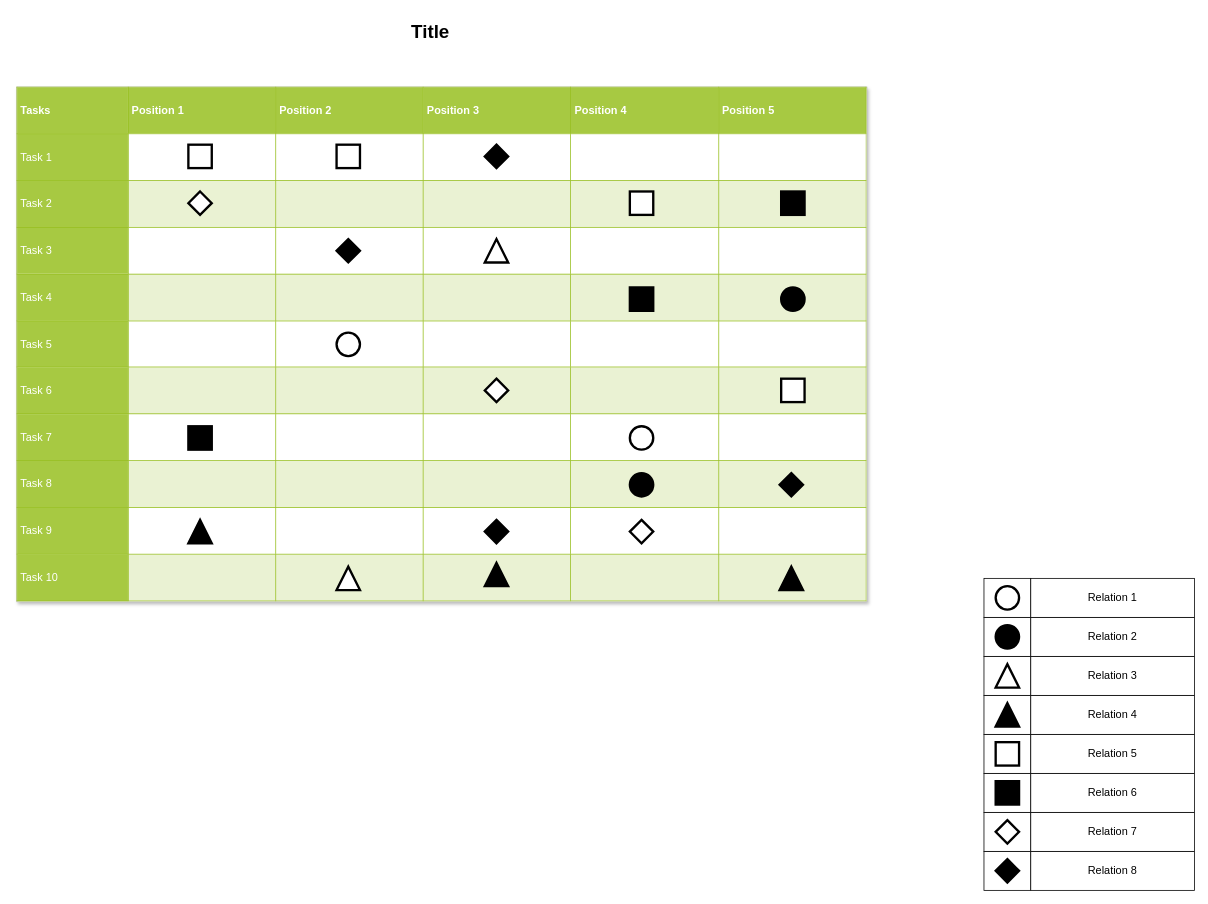
This is page "Page-1" (1 of 2) of Untitled Diagram.drawio from sanjaipk/GreetingCards, a draw.io file, before an edit. Source tidied: cells renumbered, new cells numbered last; positions are measured from the earlier drawing's top-left corner, leaving out a move shared by most shapes. Both pictures are drawn from the tidied source at 78%, with x=0, y=0 at pixel (16, 16).
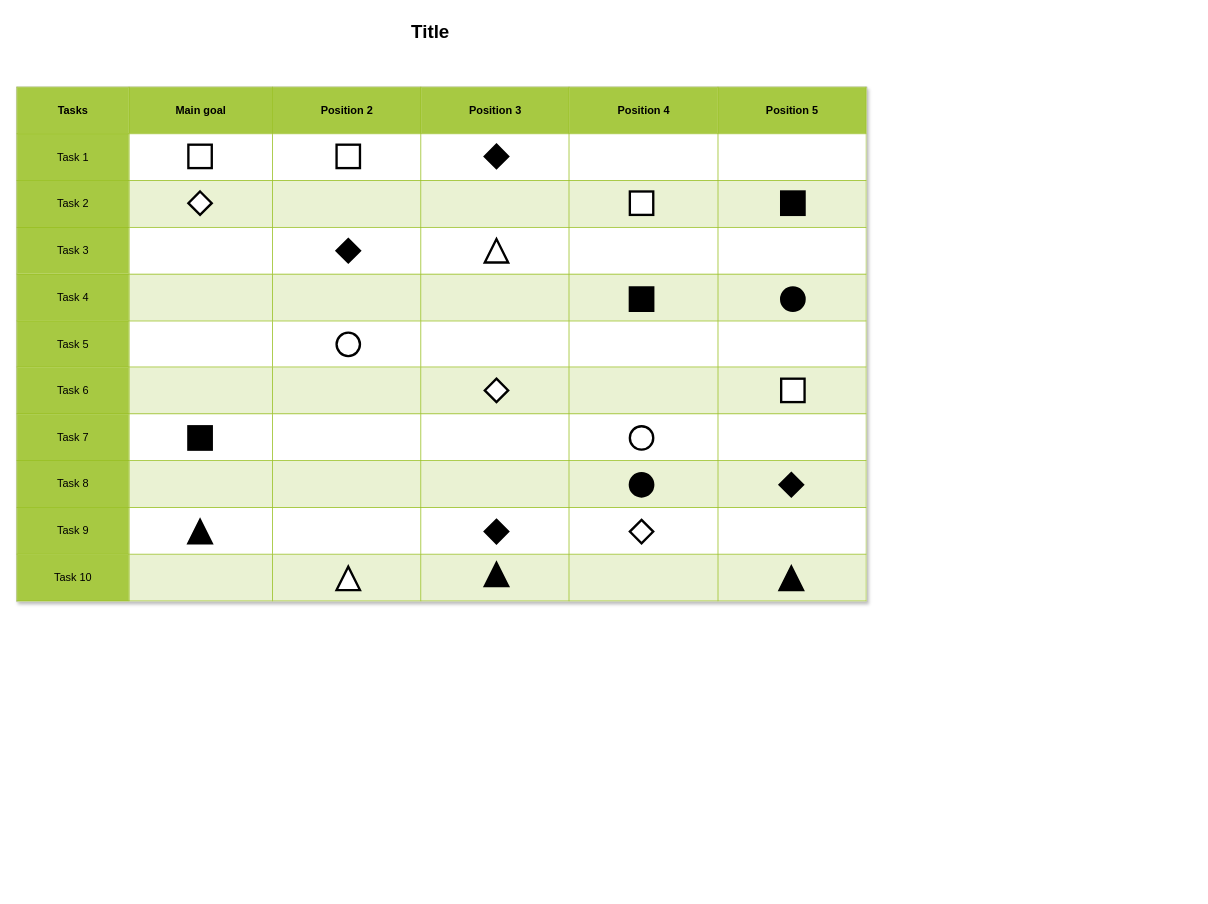
The same page after the edit.

Change to the diagram source:
```diff
@@
-    <mxCell id="2" style="whiteSpace=wrap;html=1;rounded=0;shadow=0;strokeWidth=1;fontSize=14;" parent="1" vertex="1">
-      <mxGeometry x="1240" y="1070" width="60" height="50" as="geometry" />
-    </mxCell>
-    <mxCell id="3" value="Relation 8" style="whiteSpace=wrap;html=1;rounded=0;shadow=0;strokeWidth=1;fontSize=14;" parent="1" vertex="1">
-      <mxGeometry x="1300" y="1070" width="210" height="50" as="geometry" />
-    </mxCell>
-    <mxCell id="4" style="rhombus;whiteSpace=wrap;html=1;rounded=0;shadow=0;strokeWidth=3;fillColor=#000000;fontSize=14;" parent="1" vertex="1">
-      <mxGeometry x="1255" y="1080" width="30" height="30" as="geometry" />
-    </mxCell>
-    <mxCell id="5" style="whiteSpace=wrap;html=1;rounded=0;shadow=0;strokeWidth=1;fontSize=14;" parent="1" vertex="1">
-      <mxGeometry x="1240" y="1020" width="60" height="50" as="geometry" />
-    </mxCell>
-    <mxCell id="6" value="Relation 7" style="whiteSpace=wrap;html=1;rounded=0;shadow=0;strokeWidth=1;fontSize=14;" parent="1" vertex="1">
-      <mxGeometry x="1300" y="1020" width="210" height="50" as="geometry" />
-    </mxCell>
-    <mxCell id="7" style="whiteSpace=wrap;html=1;rounded=0;shadow=0;strokeWidth=1;fontSize=14;" parent="1" vertex="1">
-      <mxGeometry x="1240" y="970" width="60" height="50" as="geometry" />
-    </mxCell>
-    <mxCell id="8" value="Relation 6" style="whiteSpace=wrap;html=1;rounded=0;shadow=0;strokeWidth=1;fontSize=14;" parent="1" vertex="1">
-      <mxGeometry x="1300" y="970" width="210" height="50" as="geometry" />
-    </mxCell>
-    <mxCell id="9" style="whiteSpace=wrap;html=1;rounded=0;shadow=0;strokeWidth=1;fontSize=14;" parent="1" vertex="1">
-      <mxGeometry x="1240" y="920" width="60" height="50" as="geometry" />
-    </mxCell>
-    <mxCell id="10" value="Relation 5" style="whiteSpace=wrap;html=1;rounded=0;shadow=0;strokeWidth=1;fontSize=14;" parent="1" vertex="1">
-      <mxGeometry x="1300" y="920" width="210" height="50" as="geometry" />
-    </mxCell>
-    <mxCell id="11" style="whiteSpace=wrap;html=1;rounded=0;shadow=0;strokeWidth=1;fontSize=14;" parent="1" vertex="1">
-      <mxGeometry x="1240" y="870" width="60" height="50" as="geometry" />
-    </mxCell>
-    <mxCell id="12" value="Relation 4" style="whiteSpace=wrap;html=1;rounded=0;shadow=0;strokeWidth=1;fontSize=14;" parent="1" vertex="1">
-      <mxGeometry x="1300" y="870" width="210" height="50" as="geometry" />
-    </mxCell>
-    <mxCell id="13" style="whiteSpace=wrap;html=1;rounded=0;shadow=0;strokeWidth=1;fontSize=14;" parent="1" vertex="1">
-      <mxGeometry x="1240" y="820" width="60" height="50" as="geometry" />
-    </mxCell>
-    <mxCell id="14" value="Relation 3" style="whiteSpace=wrap;html=1;rounded=0;shadow=0;strokeWidth=1;fontSize=14;" parent="1" vertex="1">
-      <mxGeometry x="1300" y="820" width="210" height="50" as="geometry" />
-    </mxCell>
-    <mxCell id="15" style="whiteSpace=wrap;html=1;rounded=0;shadow=0;strokeWidth=1;fontSize=14;" parent="1" vertex="1">
-      <mxGeometry x="1240" y="770" width="60" height="50" as="geometry" />
-    </mxCell>
-    <mxCell id="16" value="Relation 2" style="whiteSpace=wrap;html=1;rounded=0;shadow=0;strokeWidth=1;fontSize=14;" parent="1" vertex="1">
-      <mxGeometry x="1300" y="770" width="210" height="50" as="geometry" />
-    </mxCell>
-    <mxCell id="17" style="whiteSpace=wrap;html=1;rounded=0;shadow=0;strokeWidth=1;fontSize=14;" parent="1" vertex="1">
-      <mxGeometry x="1240" y="720" width="60" height="50" as="geometry" />
-    </mxCell>
-    <mxCell id="18" value="Relation 1" style="whiteSpace=wrap;html=1;rounded=0;shadow=0;strokeWidth=1;fontSize=14;" parent="1" vertex="1">
-      <mxGeometry x="1300" y="720" width="210" height="50" as="geometry" />
-    </mxCell>
-    <mxCell id="19" value="&lt;table border=&quot;1&quot; width=&quot;100%&quot; cellpadding=&quot;4&quot; style=&quot;width: 100% ; height: 100% ; border-collapse: collapse&quot;&gt;&lt;tbody&gt;&lt;tr style=&quot;background-color: #a7c942 ; color: #ffffff ; border: 1px solid #98bf21&quot;&gt;&lt;th&gt;Tasks&lt;/th&gt;&lt;th&gt;Position 1&lt;/th&gt;&lt;th&gt;Position 2&lt;/th&gt;&lt;th&gt;Position 3&lt;/th&gt;&lt;th&gt;Position 4&lt;/th&gt;&lt;th&gt;Position 5&lt;/th&gt;&lt;/tr&gt;&lt;tr style=&quot;border: 1px solid #98bf21&quot;&gt;&lt;td style=&quot;background-color: #a7c942 ; color: #ffffff ; border: 1px solid #98bf21&quot;&gt;Task 1&lt;/td&gt;&lt;td&gt;&lt;/td&gt;&lt;td&gt;&lt;/td&gt;&lt;td&gt;&lt;br&gt;&lt;/td&gt;&lt;td&gt;&lt;br&gt;&lt;/td&gt;&lt;td&gt;&lt;br&gt;&lt;/td&gt;&lt;/tr&gt;&lt;tr style=&quot;background-color: #eaf2d3 ; border: 1px solid #98bf21&quot;&gt;&lt;td style=&quot;background-color: #a7c942 ; color: #ffffff ; border: 1px solid #98bf21&quot;&gt;Task 2&lt;/td&gt;&lt;td&gt;&lt;/td&gt;&lt;td&gt;&lt;/td&gt;&lt;td&gt;&lt;br&gt;&lt;/td&gt;&lt;td&gt;&lt;br&gt;&lt;/td&gt;&lt;td&gt;&lt;br&gt;&lt;/td&gt;&lt;/tr&gt;&lt;tr style=&quot;border: 1px solid #98bf21&quot;&gt;&lt;td style=&quot;background-color: #a7c942 ; color: #ffffff ; border: 1px solid #98bf21&quot;&gt;Task 3&lt;/td&gt;&lt;td&gt;&lt;/td&gt;&lt;td&gt;&lt;/td&gt;&lt;td&gt;&lt;br&gt;&lt;/td&gt;&lt;td&gt;&lt;br&gt;&lt;/td&gt;&lt;td&gt;&lt;br&gt;&lt;/td&gt;&lt;/tr&gt;&lt;tr style=&quot;background-color: #eaf2d3 ; border: 1px solid #98bf21&quot;&gt;&lt;td style=&quot;background-color: #a7c942 ; color: #ffffff ; border: 1px solid #98bf21&quot;&gt;Task 4&lt;/td&gt;&lt;td&gt;&lt;/td&gt;&lt;td&gt;&lt;/td&gt;&lt;td&gt;&lt;br&gt;&lt;/td&gt;&lt;td&gt;&lt;br&gt;&lt;/td&gt;&lt;td&gt;&lt;br&gt;&lt;/td&gt;&lt;/tr&gt;&lt;tr style=&quot;border: 1px solid #98bf21&quot;&gt;&lt;td style=&quot;background-color: #a7c942 ; color: #ffffff ; border: 1px solid #98bf21&quot;&gt;Task 5&lt;br&gt;&lt;/td&gt;&lt;td&gt;&lt;br&gt;&lt;/td&gt;&lt;td&gt;&lt;br&gt;&lt;/td&gt;&lt;td&gt;&lt;br&gt;&lt;/td&gt;&lt;td&gt;&lt;br&gt;&lt;/td&gt;&lt;td&gt;&lt;br&gt;&lt;/td&gt;&lt;/tr&gt;&lt;tr style=&quot;background-color: #eaf2d3 ; border: 1px solid #98bf21&quot;&gt;&lt;td style=&quot;background-color: #a7c942 ; color: #ffffff ; border: 1px solid #98bf21&quot;&gt;Task 6&lt;br&gt;&lt;/td&gt;&lt;td&gt;&lt;br&gt;&lt;/td&gt;&lt;td&gt;&lt;br&gt;&lt;/td&gt;&lt;td&gt;&lt;br&gt;&lt;/td&gt;&lt;td&gt;&lt;br&gt;&lt;/td&gt;&lt;td&gt;&lt;br&gt;&lt;/td&gt;&lt;/tr&gt;&lt;tr style=&quot;border: 1px solid #98bf21&quot;&gt;&lt;td style=&quot;background-color: #a7c942 ; color: #ffffff ; border: 1px solid #98bf21&quot;&gt;Task 7&lt;br&gt;&lt;/td&gt;&lt;td&gt;&lt;br&gt;&lt;/td&gt;&lt;td&gt;&lt;br&gt;&lt;/td&gt;&lt;td&gt;&lt;br&gt;&lt;/td&gt;&lt;td&gt;&lt;br&gt;&lt;/td&gt;&lt;td&gt;&lt;br&gt;&lt;/td&gt;&lt;/tr&gt;&lt;tr style=&quot;background-color: #eaf2d3 ; border: 1px solid #98bf21&quot;&gt;&lt;td style=&quot;background-color: #a7c942 ; color: #ffffff ; border: 1px solid #98bf21&quot;&gt;Task 8&lt;br&gt;&lt;/td&gt;&lt;td&gt;&lt;br&gt;&lt;/td&gt;&lt;td&gt;&lt;br&gt;&lt;/td&gt;&lt;td&gt;&lt;br&gt;&lt;/td&gt;&lt;td&gt;&lt;br&gt;&lt;/td&gt;&lt;td&gt;&lt;br&gt;&lt;/td&gt;&lt;/tr&gt;&lt;tr style=&quot;border: 1px solid #98bf21&quot;&gt;&lt;td style=&quot;background-color: #a7c942 ; color: #ffffff ; border: 1px solid #98bf21&quot;&gt;Task 9&lt;br&gt;&lt;/td&gt;&lt;td&gt;&lt;br&gt;&lt;/td&gt;&lt;td&gt;&lt;br&gt;&lt;/td&gt;&lt;td&gt;&lt;br&gt;&lt;/td&gt;&lt;td&gt;&lt;br&gt;&lt;/td&gt;&lt;td&gt;&lt;br&gt;&lt;/td&gt;&lt;/tr&gt;&lt;tr style=&quot;background-color: #eaf2d3 ; border: 1px solid #98bf21&quot;&gt;&lt;td style=&quot;background-color: #a7c942 ; color: #ffffff ; border: 1px solid #98bf21&quot;&gt;Task 10&lt;br&gt;&lt;/td&gt;&lt;td&gt;&lt;br&gt;&lt;/td&gt;&lt;td&gt;&lt;br&gt;&lt;/td&gt;&lt;td&gt;&lt;br&gt;&lt;/td&gt;&lt;td&gt;&lt;br&gt;&lt;/td&gt;&lt;td&gt;&lt;br&gt;&lt;/td&gt;&lt;/tr&gt;&lt;/tbody&gt;&lt;/table&gt;" style="text;html=1;strokeColor=#c0c0c0;fillColor=#ffffff;overflow=fill;rounded=0;shadow=1;fontSize=14;fontColor=#000000;" parent="1" vertex="1">
+    <mxCell id="19" value="&lt;table border=&quot;1&quot; width=&quot;100%&quot; cellpadding=&quot;4&quot; style=&quot;width: 100% ; height: 100% ; border-collapse: collapse&quot;&gt;&lt;tbody&gt;&lt;tr style=&quot;background-color: rgb(167, 201, 66); border: 1px solid rgb(152, 191, 33);&quot;&gt;&lt;th&gt;Tasks&lt;/th&gt;&lt;th&gt;Main goal&lt;/th&gt;&lt;th&gt;Position 2&lt;/th&gt;&lt;th&gt;Position 3&lt;/th&gt;&lt;th&gt;Position 4&lt;/th&gt;&lt;th&gt;Position 5&lt;/th&gt;&lt;/tr&gt;&lt;tr style=&quot;border: 1px solid #98bf21&quot;&gt;&lt;td style=&quot;background-color: rgb(167, 201, 66); border: 1px solid rgb(152, 191, 33);&quot;&gt;Task 1&lt;/td&gt;&lt;td&gt;&lt;/td&gt;&lt;td&gt;&lt;/td&gt;&lt;td&gt;&lt;br&gt;&lt;/td&gt;&lt;td&gt;&lt;br&gt;&lt;/td&gt;&lt;td&gt;&lt;br&gt;&lt;/td&gt;&lt;/tr&gt;&lt;tr style=&quot;background-color: #eaf2d3 ; border: 1px solid #98bf21&quot;&gt;&lt;td style=&quot;background-color: rgb(167, 201, 66); border: 1px solid rgb(152, 191, 33);&quot;&gt;Task 2&lt;/td&gt;&lt;td&gt;&lt;/td&gt;&lt;td&gt;&lt;/td&gt;&lt;td&gt;&lt;br&gt;&lt;/td&gt;&lt;td&gt;&lt;br&gt;&lt;/td&gt;&lt;td&gt;&lt;br&gt;&lt;/td&gt;&lt;/tr&gt;&lt;tr style=&quot;border: 1px solid #98bf21&quot;&gt;&lt;td style=&quot;background-color: rgb(167, 201, 66); border: 1px solid rgb(152, 191, 33);&quot;&gt;Task 3&lt;/td&gt;&lt;td&gt;&lt;/td&gt;&lt;td&gt;&lt;/td&gt;&lt;td&gt;&lt;br&gt;&lt;/td&gt;&lt;td&gt;&lt;br&gt;&lt;/td&gt;&lt;td&gt;&lt;br&gt;&lt;/td&gt;&lt;/tr&gt;&lt;tr style=&quot;background-color: #eaf2d3 ; border: 1px solid #98bf21&quot;&gt;&lt;td style=&quot;background-color: rgb(167, 201, 66); border: 1px solid rgb(152, 191, 33);&quot;&gt;Task 4&lt;/td&gt;&lt;td&gt;&lt;/td&gt;&lt;td&gt;&lt;/td&gt;&lt;td&gt;&lt;br&gt;&lt;/td&gt;&lt;td&gt;&lt;br&gt;&lt;/td&gt;&lt;td&gt;&lt;br&gt;&lt;/td&gt;&lt;/tr&gt;&lt;tr style=&quot;border: 1px solid #98bf21&quot;&gt;&lt;td style=&quot;background-color: rgb(167, 201, 66); border: 1px solid rgb(152, 191, 33);&quot;&gt;Task 5&lt;br&gt;&lt;/td&gt;&lt;td&gt;&lt;br&gt;&lt;/td&gt;&lt;td&gt;&lt;br&gt;&lt;/td&gt;&lt;td&gt;&lt;br&gt;&lt;/td&gt;&lt;td&gt;&lt;br&gt;&lt;/td&gt;&lt;td&gt;&lt;br&gt;&lt;/td&gt;&lt;/tr&gt;&lt;tr style=&quot;background-color: #eaf2d3 ; border: 1px solid #98bf21&quot;&gt;&lt;td style=&quot;background-color: rgb(167, 201, 66); border: 1px solid rgb(152, 191, 33);&quot;&gt;Task 6&lt;br&gt;&lt;/td&gt;&lt;td&gt;&lt;br&gt;&lt;/td&gt;&lt;td&gt;&lt;br&gt;&lt;/td&gt;&lt;td&gt;&lt;br&gt;&lt;/td&gt;&lt;td&gt;&lt;br&gt;&lt;/td&gt;&lt;td&gt;&lt;br&gt;&lt;/td&gt;&lt;/tr&gt;&lt;tr style=&quot;border: 1px solid #98bf21&quot;&gt;&lt;td style=&quot;background-color: rgb(167, 201, 66); border: 1px solid rgb(152, 191, 33);&quot;&gt;Task 7&lt;br&gt;&lt;/td&gt;&lt;td&gt;&lt;br&gt;&lt;/td&gt;&lt;td&gt;&lt;br&gt;&lt;/td&gt;&lt;td&gt;&lt;br&gt;&lt;/td&gt;&lt;td&gt;&lt;br&gt;&lt;/td&gt;&lt;td&gt;&lt;br&gt;&lt;/td&gt;&lt;/tr&gt;&lt;tr style=&quot;background-color: #eaf2d3 ; border: 1px solid #98bf21&quot;&gt;&lt;td style=&quot;background-color: rgb(167, 201, 66); border: 1px solid rgb(152, 191, 33);&quot;&gt;Task 8&lt;br&gt;&lt;/td&gt;&lt;td&gt;&lt;br&gt;&lt;/td&gt;&lt;td&gt;&lt;br&gt;&lt;/td&gt;&lt;td&gt;&lt;br&gt;&lt;/td&gt;&lt;td&gt;&lt;br&gt;&lt;/td&gt;&lt;td&gt;&lt;br&gt;&lt;/td&gt;&lt;/tr&gt;&lt;tr style=&quot;border: 1px solid #98bf21&quot;&gt;&lt;td style=&quot;background-color: rgb(167, 201, 66); border: 1px solid rgb(152, 191, 33);&quot;&gt;Task 9&lt;br&gt;&lt;/td&gt;&lt;td&gt;&lt;br&gt;&lt;/td&gt;&lt;td&gt;&lt;br&gt;&lt;/td&gt;&lt;td&gt;&lt;br&gt;&lt;/td&gt;&lt;td&gt;&lt;br&gt;&lt;/td&gt;&lt;td&gt;&lt;br&gt;&lt;/td&gt;&lt;/tr&gt;&lt;tr style=&quot;background-color: #eaf2d3 ; border: 1px solid #98bf21&quot;&gt;&lt;td style=&quot;background-color: rgb(167, 201, 66); border: 1px solid rgb(152, 191, 33);&quot;&gt;Task 10&lt;br&gt;&lt;/td&gt;&lt;td&gt;&lt;br&gt;&lt;/td&gt;&lt;td&gt;&lt;br&gt;&lt;/td&gt;&lt;td&gt;&lt;br&gt;&lt;/td&gt;&lt;td&gt;&lt;br&gt;&lt;/td&gt;&lt;td&gt;&lt;br&gt;&lt;/td&gt;&lt;/tr&gt;&lt;/tbody&gt;&lt;/table&gt;" style="text;html=1;strokeColor=#c0c0c0;fillColor=#ffffff;overflow=fill;rounded=0;shadow=1;fontSize=14;fontColor=#000000;align=center;verticalAlign=middle;" parent="1" vertex="1">
       <mxGeometry y="90" width="1090" height="660" as="geometry" />
     </mxCell>
@@
-    <mxCell id="21" style="ellipse;whiteSpace=wrap;html=1;rounded=0;shadow=0;strokeWidth=3;fontSize=14;" parent="1" vertex="1">
-      <mxGeometry x="1255" y="730" width="30" height="30" as="geometry" />
-    </mxCell>
-    <mxCell id="22" style="ellipse;whiteSpace=wrap;html=1;rounded=0;shadow=0;strokeWidth=3;fontSize=14;fillColor=#000000;" parent="1" vertex="1">
-      <mxGeometry x="1255" y="780" width="30" height="30" as="geometry" />
-    </mxCell>
-    <mxCell id="23" style="triangle;whiteSpace=wrap;html=1;rounded=0;shadow=0;strokeWidth=3;fillColor=#000000;fontSize=14;direction=north;" parent="1" vertex="1">
-      <mxGeometry x="1255" y="880" width="30" height="30" as="geometry" />
-    </mxCell>
-    <mxCell id="24" style="triangle;whiteSpace=wrap;html=1;rounded=0;shadow=0;strokeWidth=3;fontSize=14;direction=north;" parent="1" vertex="1">
-      <mxGeometry x="1255" y="830" width="30" height="30" as="geometry" />
-    </mxCell>
-    <mxCell id="25" style="whiteSpace=wrap;html=1;rounded=0;shadow=0;strokeWidth=3;fontSize=14;" parent="1" vertex="1">
-      <mxGeometry x="1255" y="930" width="30" height="30" as="geometry" />
-    </mxCell>
-    <mxCell id="26" style="whiteSpace=wrap;html=1;rounded=0;shadow=0;strokeWidth=3;fillColor=#000000;fontSize=14;" parent="1" vertex="1">
-      <mxGeometry x="1255" y="980" width="30" height="30" as="geometry" />
-    </mxCell>
-    <mxCell id="27" style="rhombus;whiteSpace=wrap;html=1;rounded=0;shadow=0;strokeWidth=3;fontSize=14;" parent="1" vertex="1">
-      <mxGeometry x="1255" y="1030" width="30" height="30" as="geometry" />
-    </mxCell>
```
